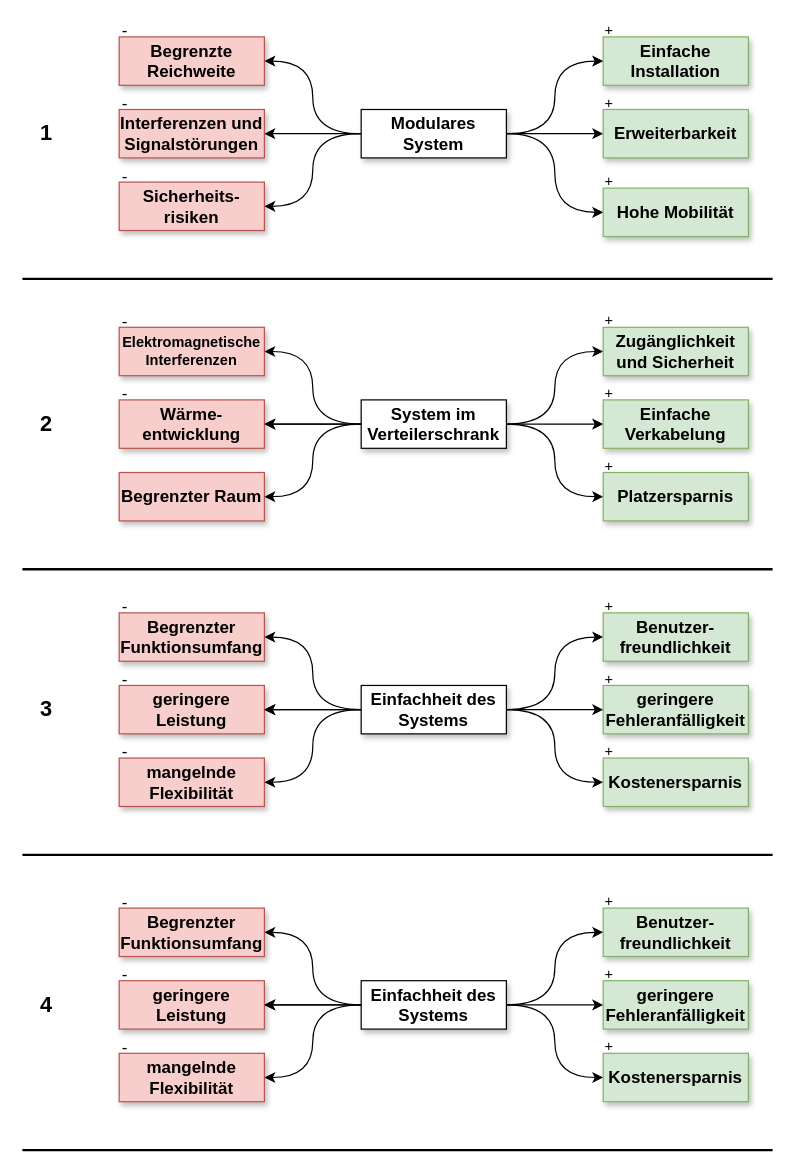
usr-fritz/test keeps this draw.io diagram as technical_contradictions.drawio. Above is the earlier version. Source tidied: cells renumbered, new cells numbered last; positions are measured from the earlier drawing's top-left corner, leaving out a move shared by most shapes. Both pictures are drawn from the tidied source at 121%, with x=0, y=0 at pixel (22, 24).
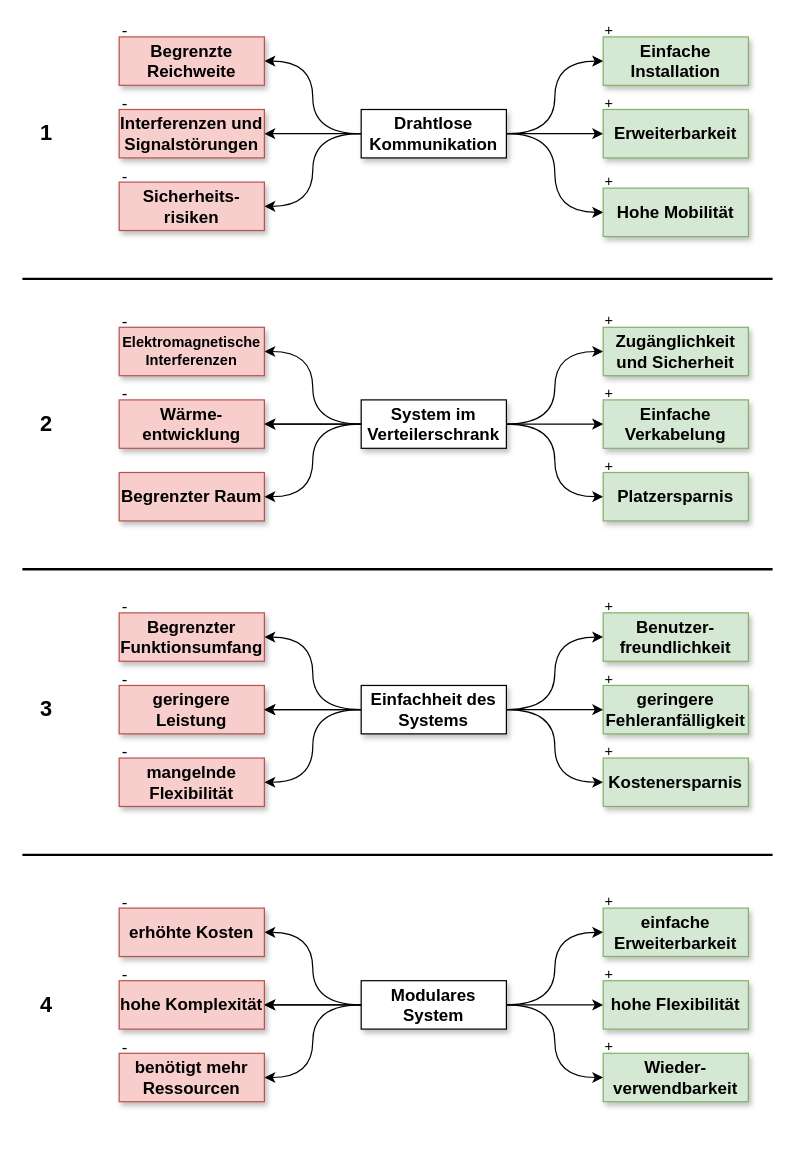
The same diagram, later.

The edit, as a diff of the source:
```diff
@@
-    <mxCell id="29" value="Modulares System" style="rounded=0;whiteSpace=wrap;html=1;fontStyle=1;fontSize=14;shadow=1;" parent="1" vertex="1">
+    <mxCell id="29" value="Drahtlose Kommunikation" style="rounded=0;whiteSpace=wrap;html=1;fontStyle=1;fontSize=14;shadow=1;" parent="1" vertex="1">
       <mxGeometry x="280" y="70" width="120" height="40" as="geometry" />
     </mxCell>
@@
-    <mxCell id="58" style="endArrow=none;html=1;rounded=0;strokeWidth=2;" parent="1" edge="1">
-      <mxGeometry relative="1" as="geometry">
-        <mxPoint y="686" as="sourcePoint" />
-        <mxPoint x="620" y="686" as="targetPoint" />
-      </mxGeometry>
-    </mxCell>
@@
-    <mxCell id="67" style="edgeStyle=orthogonalEdgeStyle;rounded=0;jettySize=auto;html=1;exitX=1;exitY=0.5;exitDx=0;exitDy=0;entryX=0;entryY=0.5;entryDx=0;entryDy=0;curved=1;" parent="1" edge="1" source="73" target="74">
-      <mxGeometry relative="1" as="geometry" />
-    </mxCell>
-    <mxCell id="68" style="edgeStyle=orthogonalEdgeStyle;rounded=0;jettySize=auto;html=1;exitX=0;exitY=0.5;exitDx=0;exitDy=0;entryX=1;entryY=0.5;entryDx=0;entryDy=0;curved=1;" parent="1" edge="1" source="73" target="79">
-      <mxGeometry relative="1" as="geometry" />
-    </mxCell>
-    <mxCell id="69" style="edgeStyle=orthogonalEdgeStyle;rounded=0;jettySize=auto;html=1;exitX=1;exitY=0.5;exitDx=0;exitDy=0;entryX=0;entryY=0.5;entryDx=0;entryDy=0;curved=1;" parent="1" edge="1" source="73" target="75">
-      <mxGeometry relative="1" as="geometry" />
-    </mxCell>
-    <mxCell id="70" style="edgeStyle=orthogonalEdgeStyle;rounded=0;jettySize=auto;html=1;exitX=0;exitY=0.5;exitDx=0;exitDy=0;entryX=1;entryY=0.5;entryDx=0;entryDy=0;" parent="1" edge="1" source="73" target="78">
-      <mxGeometry relative="1" as="geometry" />
-    </mxCell>
-    <mxCell id="71" style="edgeStyle=orthogonalEdgeStyle;rounded=0;jettySize=auto;html=1;exitX=1;exitY=0.5;exitDx=0;exitDy=0;entryX=0;entryY=0.5;entryDx=0;entryDy=0;curved=1;" parent="1" edge="1" source="73" target="76">
-      <mxGeometry relative="1" as="geometry" />
-    </mxCell>
-    <mxCell id="72" style="edgeStyle=orthogonalEdgeStyle;rounded=0;jettySize=auto;html=1;exitX=0;exitY=0.5;exitDx=0;exitDy=0;entryX=1;entryY=0.5;entryDx=0;entryDy=0;curved=1;" parent="1" edge="1" source="73" target="77">
-      <mxGeometry relative="1" as="geometry" />
-    </mxCell>
-    <mxCell id="73" value="Einfachheit des Systems" style="rounded=0;whiteSpace=wrap;html=1;fontStyle=1;fontSize=14;shadow=1;" parent="1" vertex="1">
-      <mxGeometry x="280" y="790" width="120" height="40" as="geometry" />
-    </mxCell>
-    <mxCell id="74" value="Kostenersparnis" style="whiteSpace=wrap;html=1;fontSize=14;rounded=0;fontStyle=1;fillColor=#d5e8d4;strokeColor=#82b366;shadow=1;" parent="1" vertex="1">
-      <mxGeometry x="480" y="850" width="120" height="40" as="geometry" />
-    </mxCell>
-    <mxCell id="75" value="geringere Fehleranfälligkeit" style="whiteSpace=wrap;html=1;fontSize=14;rounded=0;fontStyle=1;fillColor=#d5e8d4;strokeColor=#82b366;shadow=1;" parent="1" vertex="1">
-      <mxGeometry x="480" y="790" width="120" height="40" as="geometry" />
-    </mxCell>
-    <mxCell id="76" value="Benutzer-freundlichkeit" style="whiteSpace=wrap;html=1;fontSize=14;rounded=0;fontStyle=1;fillColor=#d5e8d4;strokeColor=#82b366;shadow=1;" parent="1" vertex="1">
-      <mxGeometry x="480" y="730" width="120" height="40" as="geometry" />
-    </mxCell>
-    <mxCell id="77" value="Begrenzter Funktionsumfang" style="whiteSpace=wrap;html=1;fontSize=14;rounded=0;fontStyle=1;fillColor=#f8cecc;strokeColor=#b85450;shadow=1;" parent="1" vertex="1">
-      <mxGeometry x="80" y="730" width="120" height="40" as="geometry" />
-    </mxCell>
-    <mxCell id="78" value="geringere Leistung" style="whiteSpace=wrap;html=1;fontSize=14;rounded=0;fontStyle=1;fillColor=#f8cecc;strokeColor=#b85450;shadow=1;" parent="1" vertex="1">
-      <mxGeometry x="80" y="790" width="120" height="40" as="geometry" />
-    </mxCell>
-    <mxCell id="79" value="mangelnde Flexibilität" style="whiteSpace=wrap;html=1;fontSize=14;rounded=0;fontStyle=1;fillColor=#f8cecc;strokeColor=#b85450;shadow=1;" parent="1" vertex="1">
-      <mxGeometry x="80" y="850" width="120" height="40" as="geometry" />
-    </mxCell>
-    <mxCell id="80" style="endArrow=none;html=1;rounded=0;strokeWidth=2;" parent="1" edge="1">
-      <mxGeometry relative="1" as="geometry">
-        <mxPoint y="930" as="sourcePoint" />
-        <mxPoint x="620" y="930" as="targetPoint" />
-      </mxGeometry>
-    </mxCell>
+    <mxCell id="89" style="endArrow=none;html=1;rounded=0;strokeWidth=2;" parent="1" edge="1">
+      <mxGeometry relative="1" as="geometry">
+        <mxPoint y="686" as="sourcePoint" />
+        <mxPoint x="620" y="686" as="targetPoint" />
+      </mxGeometry>
+    </mxCell>
+    <mxCell id="90" style="edgeStyle=orthogonalEdgeStyle;rounded=0;jettySize=auto;html=1;exitX=1;exitY=0.5;exitDx=0;exitDy=0;entryX=0;entryY=0.5;entryDx=0;entryDy=0;curved=1;" parent="1" edge="1" source="96" target="97">
+      <mxGeometry relative="1" as="geometry" />
+    </mxCell>
+    <mxCell id="91" style="edgeStyle=orthogonalEdgeStyle;rounded=0;jettySize=auto;html=1;exitX=0;exitY=0.5;exitDx=0;exitDy=0;entryX=1;entryY=0.5;entryDx=0;entryDy=0;curved=1;" parent="1" edge="1" source="96" target="102">
+      <mxGeometry relative="1" as="geometry" />
+    </mxCell>
+    <mxCell id="92" style="edgeStyle=orthogonalEdgeStyle;rounded=0;jettySize=auto;html=1;exitX=1;exitY=0.5;exitDx=0;exitDy=0;entryX=0;entryY=0.5;entryDx=0;entryDy=0;curved=1;" parent="1" edge="1" source="96" target="98">
+      <mxGeometry relative="1" as="geometry" />
+    </mxCell>
+    <mxCell id="93" style="edgeStyle=orthogonalEdgeStyle;rounded=0;jettySize=auto;html=1;exitX=0;exitY=0.5;exitDx=0;exitDy=0;entryX=1;entryY=0.5;entryDx=0;entryDy=0;" parent="1" edge="1" source="96" target="101">
+      <mxGeometry relative="1" as="geometry" />
+    </mxCell>
+    <mxCell id="94" style="edgeStyle=orthogonalEdgeStyle;rounded=0;jettySize=auto;html=1;exitX=1;exitY=0.5;exitDx=0;exitDy=0;entryX=0;entryY=0.5;entryDx=0;entryDy=0;curved=1;" parent="1" edge="1" source="96" target="99">
+      <mxGeometry relative="1" as="geometry" />
+    </mxCell>
+    <mxCell id="95" style="edgeStyle=orthogonalEdgeStyle;rounded=0;jettySize=auto;html=1;exitX=0;exitY=0.5;exitDx=0;exitDy=0;entryX=1;entryY=0.5;entryDx=0;entryDy=0;curved=1;" parent="1" edge="1" source="96" target="100">
+      <mxGeometry relative="1" as="geometry" />
+    </mxCell>
+    <mxCell id="96" value="Modulares System" style="rounded=0;whiteSpace=wrap;html=1;fontStyle=1;fontSize=14;shadow=1;" parent="1" vertex="1">
+      <mxGeometry x="280" y="790" width="120" height="40" as="geometry" />
+    </mxCell>
+    <mxCell id="97" value="Wieder-verwendbarkeit" style="whiteSpace=wrap;html=1;fontSize=14;rounded=0;fontStyle=1;fillColor=#d5e8d4;strokeColor=#82b366;shadow=1;" parent="1" vertex="1">
+      <mxGeometry x="480" y="850" width="120" height="40" as="geometry" />
+    </mxCell>
+    <mxCell id="98" value="hohe Flexibilität" style="whiteSpace=wrap;html=1;fontSize=14;rounded=0;fontStyle=1;fillColor=#d5e8d4;strokeColor=#82b366;shadow=1;" parent="1" vertex="1">
+      <mxGeometry x="480" y="790" width="120" height="40" as="geometry" />
+    </mxCell>
+    <mxCell id="99" value="einfache Erweiterbarkeit" style="whiteSpace=wrap;html=1;fontSize=14;rounded=0;fontStyle=1;fillColor=#d5e8d4;strokeColor=#82b366;shadow=1;" parent="1" vertex="1">
+      <mxGeometry x="480" y="730" width="120" height="40" as="geometry" />
+    </mxCell>
+    <mxCell id="100" value="erhöhte Kosten" style="whiteSpace=wrap;html=1;fontSize=14;rounded=0;fontStyle=1;fillColor=#f8cecc;strokeColor=#b85450;shadow=1;" parent="1" vertex="1">
+      <mxGeometry x="80" y="730" width="120" height="40" as="geometry" />
+    </mxCell>
+    <mxCell id="101" value="hohe Komplexität" style="whiteSpace=wrap;html=1;fontSize=14;rounded=0;fontStyle=1;fillColor=#f8cecc;strokeColor=#b85450;shadow=1;" parent="1" vertex="1">
+      <mxGeometry x="80" y="790" width="120" height="40" as="geometry" />
+    </mxCell>
+    <mxCell id="102" value="benötigt mehr Ressourcen" style="whiteSpace=wrap;html=1;fontSize=14;rounded=0;fontStyle=1;fillColor=#f8cecc;strokeColor=#b85450;shadow=1;" parent="1" vertex="1">
+      <mxGeometry x="80" y="850" width="120" height="40" as="geometry" />
+    </mxCell>
@@
-    <mxCell id="88" style="edgeStyle=orthogonalEdgeStyle;rounded=0;orthogonalLoop=1;jettySize=auto;html=1;exitX=0;exitY=0.5;exitDx=0;exitDy=0;entryX=1;entryY=0.5;entryDx=0;entryDy=0;curved=1;" parent="1" edge="1">
-      <mxGeometry relative="1" as="geometry">
-        <mxPoint x="280" y="810" as="sourcePoint" />
-        <mxPoint x="200" y="810" as="targetPoint" />
-      </mxGeometry>
-    </mxCell>
+    <mxCell id="103" style="edgeStyle=orthogonalEdgeStyle;rounded=0;orthogonalLoop=1;jettySize=auto;html=1;exitX=0;exitY=0.5;exitDx=0;exitDy=0;entryX=1;entryY=0.5;entryDx=0;entryDy=0;curved=1;" parent="1" edge="1">
+      <mxGeometry relative="1" as="geometry">
+        <mxPoint x="280" y="810" as="sourcePoint" />
+        <mxPoint x="200" y="810" as="targetPoint" />
+      </mxGeometry>
+    </mxCell>
```
